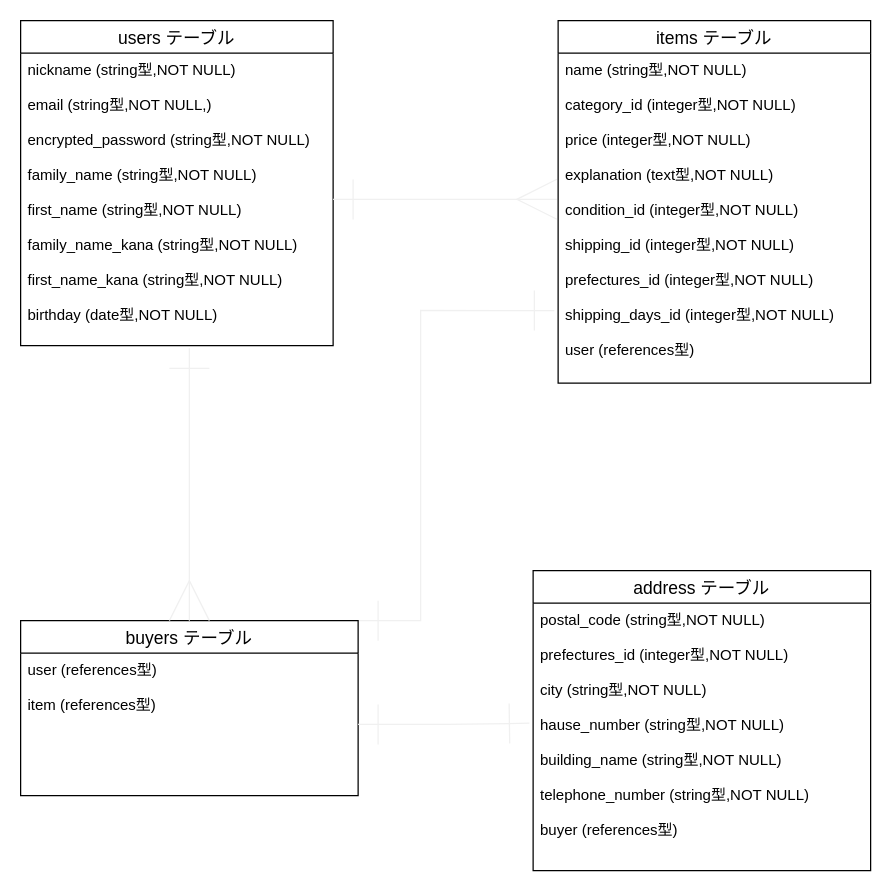
This is test.dio from tbs1117/furima-36412, a draw.io file, before an edit. Source tidied: cells renumbered, new cells numbered last; positions are measured from the earlier drawing's top-left corner, leaving out a move shared by most shapes. Both pictures are drawn from the tidied source at 125%, with x=0, y=0 at pixel (20, 20).
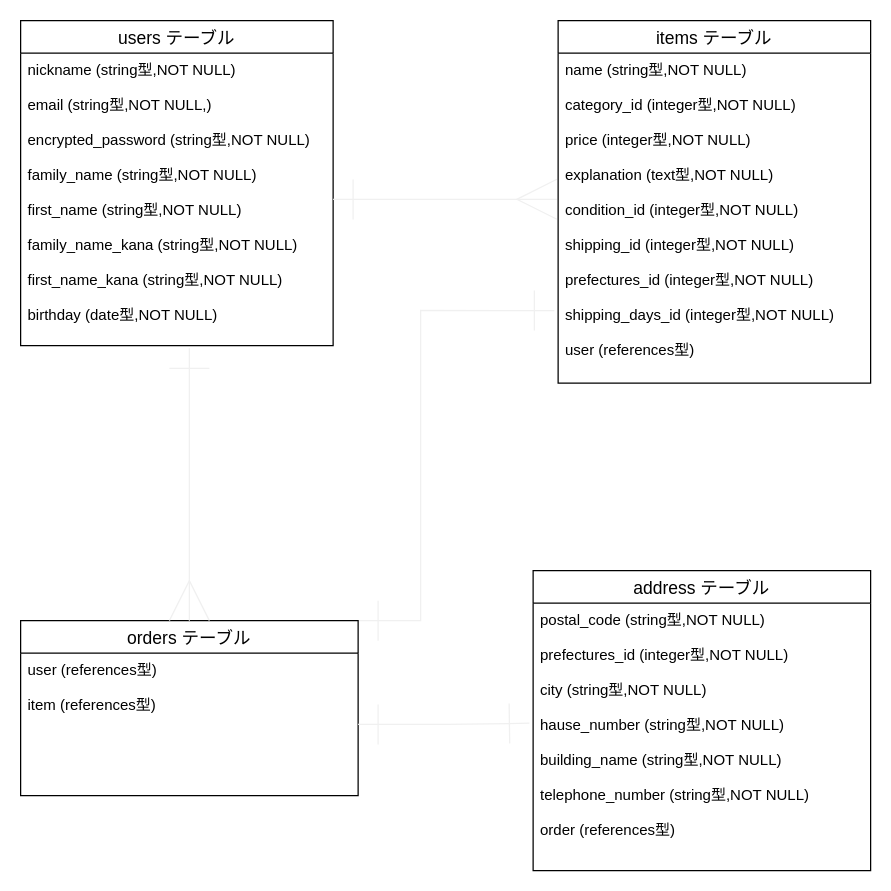
The same diagram, later.

What changed in the source:
```diff
@@
 <mxGraphModel>
   <root>
     <mxCell id="0" />
     <mxCell id="1" parent="0" />
     <mxCell id="2" value="users テーブル" style="swimlane;fontStyle=0;horizontal=1;startSize=26;align=center;fontSize=14;" parent="1" vertex="1">
       <mxGeometry width="250" height="260" as="geometry" />
     </mxCell>
     <mxCell id="3" value="nickname (string型,NOT NULL)&#10;&#10;email (string型,NOT NULL,)&#10;&#10;encrypted_password (string型,NOT NULL)&#10;&#10;family_name (string型,NOT NULL)&#10;&#10;first_name (string型,NOT NULL)&#10;&#10;family_name_kana (string型,NOT NULL)&#10;&#10;first_name_kana (string型,NOT NULL)&#10;&#10;birthday (date型,NOT NULL)" style="text;strokeColor=none;fillColor=none;spacingLeft=4;spacingRight=4;overflow=hidden;points=[[0,0.5],[1,0.5]];portConstraint=eastwest;fontSize=12;" parent="2" vertex="1">
       <mxGeometry y="26" width="250" height="234" as="geometry" />
     </mxCell>
     <mxCell id="4" value="items テーブル" style="swimlane;fontStyle=0;horizontal=1;startSize=26;align=center;fontSize=14;" parent="1" vertex="1">
       <mxGeometry x="430" width="250" height="290" as="geometry" />
     </mxCell>
     <mxCell id="5" value="name (string型,NOT NULL)&#10;&#10;category_id (integer型,NOT NULL)&#10;&#10;price (integer型,NOT NULL)&#10;&#10;explanation (text型,NOT NULL)&#10;&#10;condition_id (integer型,NOT NULL)&#10;&#10;shipping_id (integer型,NOT NULL)&#10;&#10;prefectures_id (integer型,NOT NULL)&#10;&#10;shipping_days_id (integer型,NOT NULL)&#10;&#10;user (references型)" style="text;strokeColor=none;fillColor=none;spacingLeft=4;spacingRight=4;overflow=hidden;points=[[0,0.5],[1,0.5]];portConstraint=eastwest;fontSize=12;" parent="4" vertex="1">
       <mxGeometry y="26" width="250" height="264" as="geometry" />
     </mxCell>
     <mxCell id="6" style="edgeStyle=orthogonalEdgeStyle;rounded=0;jumpSize=16;jettySize=auto;html=1;exitX=1;exitY=0;exitDx=0;exitDy=0;startArrow=ERone;startFill=0;endArrow=ERone;endFill=0;startSize=30;endSize=30;sourcePerimeterSpacing=0;targetPerimeterSpacing=0;strokeColor=#F0F0F0;strokeWidth=1;entryX=-0.012;entryY=0.78;entryDx=0;entryDy=0;entryPerimeter=0;" parent="1" edge="1" source="7" target="5">
       <mxGeometry relative="1" as="geometry">
         <Array as="points">
           <mxPoint x="320" y="480" />
           <mxPoint x="320" y="232" />
         </Array>
       </mxGeometry>
     </mxCell>
-    <mxCell id="7" value="buyers テーブル" style="swimlane;fontStyle=0;horizontal=1;startSize=26;align=center;fontSize=14;" parent="1" vertex="1">
+    <mxCell id="7" value="orders テーブル" style="swimlane;fontStyle=0;horizontal=1;startSize=26;align=center;fontSize=14;" parent="1" vertex="1">
       <mxGeometry y="480" width="270" height="140" as="geometry" />
     </mxCell>
     <mxCell id="8" value="user (references型)&#10;&#10;item (references型)&#10;&#10;" style="text;strokeColor=none;fillColor=none;spacingLeft=4;spacingRight=4;overflow=hidden;points=[[0,0.5],[1,0.5]];portConstraint=eastwest;fontSize=12;" parent="7" vertex="1">
       <mxGeometry y="26" width="270" height="114" as="geometry" />
     </mxCell>
     <mxCell id="9" value="address テーブル" style="swimlane;fontStyle=0;horizontal=1;startSize=26;align=center;fontSize=14;" parent="1" vertex="1">
       <mxGeometry x="410" y="440" width="270" height="240" as="geometry" />
     </mxCell>
-    <mxCell id="10" value="postal_code (string型,NOT NULL)&#10;&#10;prefectures_id (integer型,NOT NULL)&#10;&#10;city (string型,NOT NULL)&#10;&#10;hause_number (string型,NOT NULL)&#10;&#10;building_name (string型,NOT NULL)&#10;&#10;telephone_number (string型,NOT NULL)&#10;&#10;buyer (references型)" style="text;strokeColor=none;fillColor=none;spacingLeft=4;spacingRight=4;overflow=hidden;points=[[0,0.5],[1,0.5]];portConstraint=eastwest;fontSize=12;" parent="9" vertex="1">
+    <mxCell id="10" value="postal_code (string型,NOT NULL)&#10;&#10;prefectures_id (integer型,NOT NULL)&#10;&#10;city (string型,NOT NULL)&#10;&#10;hause_number (string型,NOT NULL)&#10;&#10;building_name (string型,NOT NULL)&#10;&#10;telephone_number (string型,NOT NULL)&#10;&#10;order (references型)" style="text;strokeColor=none;fillColor=none;spacingLeft=4;spacingRight=4;overflow=hidden;points=[[0,0.5],[1,0.5]];portConstraint=eastwest;fontSize=12;" parent="9" vertex="1">
       <mxGeometry y="26" width="270" height="214" as="geometry" />
     </mxCell>
     <mxCell id="11" style="edgeStyle=orthogonalEdgeStyle;rounded=0;jumpSize=16;jettySize=auto;html=1;exitX=1;exitY=0.5;exitDx=0;exitDy=0;entryX=-0.004;entryY=0.443;entryDx=0;entryDy=0;entryPerimeter=0;startArrow=ERone;startFill=0;endArrow=ERmany;endFill=0;startSize=30;endSize=30;sourcePerimeterSpacing=0;targetPerimeterSpacing=0;strokeColor=#F0F0F0;strokeWidth=1;" parent="1" edge="1" source="3" target="5">
       <mxGeometry relative="1" as="geometry" />
     </mxCell>
     <mxCell id="12" style="edgeStyle=orthogonalEdgeStyle;rounded=0;jumpSize=16;jettySize=auto;html=1;entryX=0.5;entryY=0;entryDx=0;entryDy=0;startArrow=ERone;startFill=0;endArrow=ERmany;endFill=0;startSize=30;endSize=30;sourcePerimeterSpacing=0;targetPerimeterSpacing=0;strokeColor=#F0F0F0;strokeWidth=1;exitX=0.54;exitY=1.009;exitDx=0;exitDy=0;exitPerimeter=0;" parent="1" edge="1" source="3" target="7">
       <mxGeometry relative="1" as="geometry">
         <Array as="points">
           <mxPoint x="135" y="300" />
           <mxPoint x="135" y="300" />
         </Array>
       </mxGeometry>
     </mxCell>
     <mxCell id="13" style="edgeStyle=orthogonalEdgeStyle;rounded=0;jumpSize=16;jettySize=auto;html=1;exitX=1;exitY=0.5;exitDx=0;exitDy=0;entryX=-0.011;entryY=0.449;entryDx=0;entryDy=0;entryPerimeter=0;startArrow=ERone;startFill=0;endArrow=ERone;endFill=0;startSize=30;endSize=30;sourcePerimeterSpacing=0;targetPerimeterSpacing=0;strokeColor=#F0F0F0;strokeWidth=1;" parent="1" edge="1" source="8" target="10">
       <mxGeometry relative="1" as="geometry" />
     </mxCell>
   </root>
 </mxGraphModel>
```
